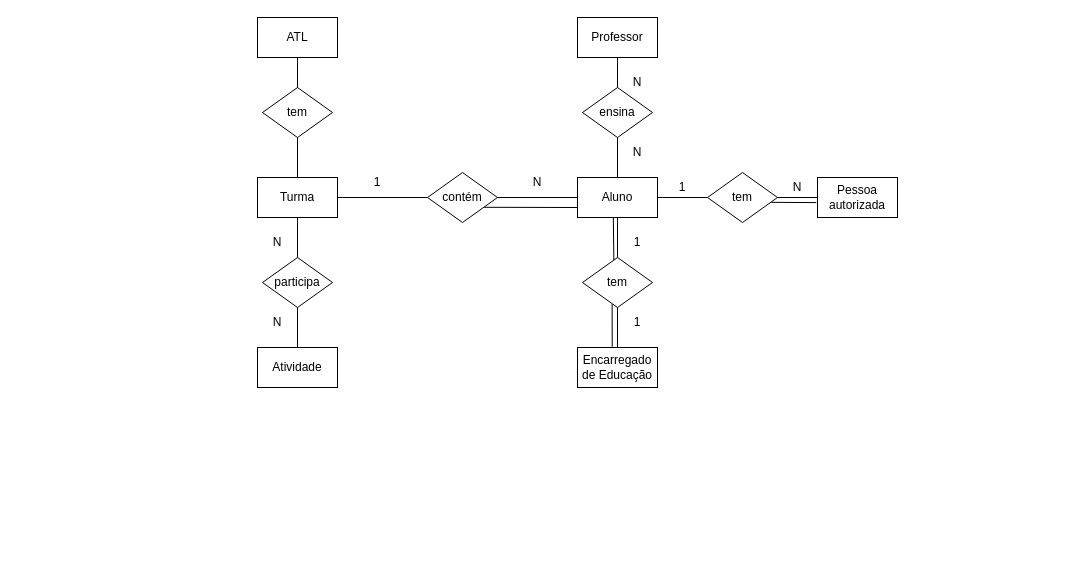
rtavares018/BD keeps this draw.io diagram as DiagramaEx4.drawio. Above is the earlier version. Source tidied: cells renumbered, new cells numbered last; positions are measured from the earlier drawing's top-left corner, leaving out a move shared by most shapes. Both pictures are drawn from the tidied source at 100%, with x=0, y=0 at pixel (247, 17).
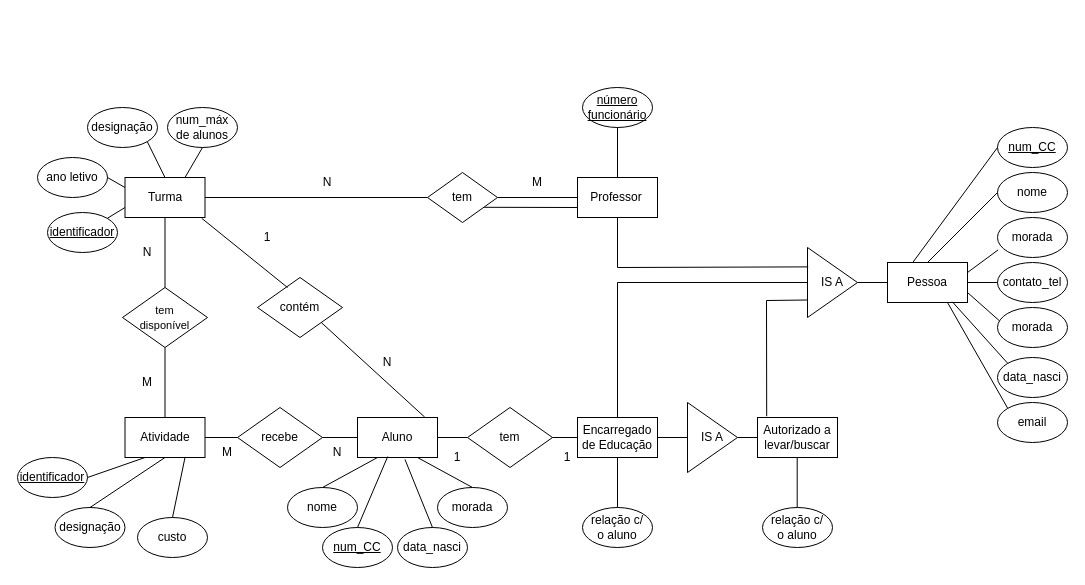
After the change.

What changed in the source:
```diff
@@
-    <mxCell id="2" value="Aluno" style="rounded=0;whiteSpace=wrap;html=1;" parent="1" vertex="1">
+    <mxCell id="2" value="Professor&lt;span style=&quot;white-space: pre;&quot;&gt;&#9;&lt;/span&gt;" style="rounded=0;whiteSpace=wrap;html=1;" parent="1" vertex="1">
       <mxGeometry x="330" y="160" width="80" height="40" as="geometry" />
     </mxCell>
     <mxCell id="3" value="Turma" style="rounded=0;whiteSpace=wrap;html=1;" parent="1" vertex="1">
-      <mxGeometry x="10" y="160" width="80" height="40" as="geometry" />
+      <mxGeometry x="-122.5" y="160" width="80" height="40" as="geometry" />
     </mxCell>
-    <mxCell id="4" value="contém" style="rhombus;whiteSpace=wrap;html=1;" parent="1" vertex="1">
+    <mxCell id="4" value="tem" style="rhombus;whiteSpace=wrap;html=1;" parent="1" vertex="1">
       <mxGeometry x="180" y="155" width="70" height="50" as="geometry" />
     </mxCell>
@@
-    <mxCell id="7" value="1" style="text;html=1;align=center;verticalAlign=middle;whiteSpace=wrap;rounded=0;" parent="1" vertex="1">
-      <mxGeometry x="100" y="150" width="60" height="30" as="geometry" />
+    <mxCell id="7" value="N" style="text;html=1;align=center;verticalAlign=middle;whiteSpace=wrap;rounded=0;" parent="1" vertex="1">
+      <mxGeometry x="50" y="150" width="60" height="30" as="geometry" />
     </mxCell>
-    <mxCell id="8" value="N" style="text;html=1;align=center;verticalAlign=middle;whiteSpace=wrap;rounded=0;" parent="1" vertex="1">
+    <mxCell id="8" value="M" style="text;html=1;align=center;verticalAlign=middle;whiteSpace=wrap;rounded=0;" parent="1" vertex="1">
       <mxGeometry x="260" y="150" width="60" height="30" as="geometry" />
     </mxCell>
@@
     <mxCell id="10" value="Atividade" style="rounded=0;whiteSpace=wrap;html=1;" parent="1" vertex="1">
-      <mxGeometry x="10" y="330" width="80" height="40" as="geometry" />
+      <mxGeometry x="-122.5" y="400" width="80" height="40" as="geometry" />
     </mxCell>
-    <mxCell id="11" value="participa" style="rhombus;whiteSpace=wrap;html=1;" parent="1" vertex="1">
-      <mxGeometry x="15" y="240" width="70" height="50" as="geometry" />
+    <mxCell id="11" value="&lt;font style=&quot;font-size: 11px;&quot;&gt;tem &lt;br&gt;disponível&lt;/font&gt;" style="rhombus;whiteSpace=wrap;html=1;" parent="1" vertex="1">
+      <mxGeometry x="-125" y="270" width="85" height="60" as="geometry" />
     </mxCell>
@@
     <mxCell id="14" value="Encarregado&lt;br&gt;de Educação" style="rounded=0;whiteSpace=wrap;html=1;" parent="1" vertex="1">
-      <mxGeometry x="330" y="330" width="80" height="40" as="geometry" />
+      <mxGeometry x="330" y="400" width="80" height="40" as="geometry" />
     </mxCell>
-    <mxCell id="15" value="Professor" style="rounded=0;whiteSpace=wrap;html=1;" parent="1" vertex="1">
-      <mxGeometry x="330" width="80" height="40" as="geometry" />
-    </mxCell>
-    <mxCell id="16" style="endArrow=none;html=1;rounded=0;entryX=0.5;entryY=1;entryDx=0;entryDy=0;exitX=0.5;exitY=0;exitDx=0;exitDy=0;" parent="1" edge="1" source="17" target="15">
-      <mxGeometry relative="1" as="geometry" />
-    </mxCell>
-    <mxCell id="17" value="ensina" style="rhombus;whiteSpace=wrap;html=1;" parent="1" vertex="1">
-      <mxGeometry x="335" y="70" width="70" height="50" as="geometry" />
-    </mxCell>
-    <mxCell id="18" value="tem" style="rhombus;whiteSpace=wrap;html=1;" parent="1" vertex="1">
-      <mxGeometry x="335" y="240" width="70" height="50" as="geometry" />
-    </mxCell>
-    <mxCell id="19" style="endArrow=none;html=1;rounded=0;entryX=0.5;entryY=1;entryDx=0;entryDy=0;exitX=0.5;exitY=0;exitDx=0;exitDy=0;" parent="1" edge="1" source="2" target="17">
-      <mxGeometry relative="1" as="geometry" />
-    </mxCell>
-    <mxCell id="20" style="endArrow=none;html=1;rounded=0;entryX=0.5;entryY=1;entryDx=0;entryDy=0;exitX=0.5;exitY=0;exitDx=0;exitDy=0;" parent="1" edge="1" source="18" target="2">
-      <mxGeometry relative="1" as="geometry" />
-    </mxCell>
-    <mxCell id="21" style="endArrow=none;html=1;rounded=0;entryX=0.5;entryY=1;entryDx=0;entryDy=0;exitX=0.5;exitY=0;exitDx=0;exitDy=0;" parent="1" edge="1" source="14" target="18">
-      <mxGeometry relative="1" as="geometry" />
-    </mxCell>
-    <mxCell id="22" value="1" style="text;html=1;align=center;verticalAlign=middle;whiteSpace=wrap;rounded=0;" parent="1" vertex="1">
-      <mxGeometry x="360" y="290" width="60" height="30" as="geometry" />
-    </mxCell>
-    <mxCell id="23" value="1" style="text;html=1;align=center;verticalAlign=middle;whiteSpace=wrap;rounded=0;" parent="1" vertex="1">
-      <mxGeometry x="360" y="210" width="60" height="30" as="geometry" />
-    </mxCell>
     <mxCell id="24" value="N" style="text;html=1;align=center;verticalAlign=middle;whiteSpace=wrap;rounded=0;" parent="1" vertex="1">
-      <mxGeometry y="210" width="60" height="30" as="geometry" />
+      <mxGeometry x="-130" y="220" width="60" height="30" as="geometry" />
     </mxCell>
-    <mxCell id="25" value="N" style="text;html=1;align=center;verticalAlign=middle;whiteSpace=wrap;rounded=0;" parent="1" vertex="1">
-      <mxGeometry y="290" width="60" height="30" as="geometry" />
+    <mxCell id="25" value="M" style="text;html=1;align=center;verticalAlign=middle;whiteSpace=wrap;rounded=0;" parent="1" vertex="1">
+      <mxGeometry x="-130" y="350" width="60" height="30" as="geometry" />
     </mxCell>
-    <mxCell id="26" style="endArrow=none;html=1;rounded=0;exitX=0.448;exitY=0.05;exitDx=0;exitDy=0;exitPerimeter=0;entryX=0.448;entryY=1.011;entryDx=0;entryDy=0;entryPerimeter=0;" parent="1" edge="1" source="18" target="2">
-      <mxGeometry relative="1" as="geometry" />
-    </mxCell>
-    <mxCell id="27" style="endArrow=none;html=1;rounded=0;entryX=0.423;entryY=0.931;entryDx=0;entryDy=0;entryPerimeter=0;exitX=0.434;exitY=-0.016;exitDx=0;exitDy=0;exitPerimeter=0;" parent="1" edge="1" source="14" target="18">
-      <mxGeometry relative="1" as="geometry" />
-    </mxCell>
-    <mxCell id="28" value="N" style="text;html=1;align=center;verticalAlign=middle;whiteSpace=wrap;rounded=0;" parent="1" vertex="1">
-      <mxGeometry x="360" y="120" width="60" height="30" as="geometry" />
-    </mxCell>
-    <mxCell id="29" value="Pessoa autorizada" style="rounded=0;whiteSpace=wrap;html=1;" parent="1" vertex="1">
-      <mxGeometry x="570" y="160" width="80" height="40" as="geometry" />
-    </mxCell>
-    <mxCell id="30" value="tem" style="rhombus;whiteSpace=wrap;html=1;" parent="1" vertex="1">
-      <mxGeometry x="460" y="155" width="70" height="50" as="geometry" />
-    </mxCell>
-    <mxCell id="31" style="endArrow=none;html=1;rounded=0;exitX=1;exitY=0.5;exitDx=0;exitDy=0;entryX=0;entryY=0.5;entryDx=0;entryDy=0;" parent="1" edge="1" source="2" target="30">
-      <mxGeometry relative="1" as="geometry" />
-    </mxCell>
-    <mxCell id="32" style="endArrow=none;html=1;rounded=0;entryX=0;entryY=0.5;entryDx=0;entryDy=0;exitX=1;exitY=0.5;exitDx=0;exitDy=0;" parent="1" edge="1" source="30" target="29">
-      <mxGeometry relative="1" as="geometry" />
-    </mxCell>
     <mxCell id="33" value="1" style="text;html=1;align=center;verticalAlign=middle;whiteSpace=wrap;rounded=0;" parent="1" vertex="1">
-      <mxGeometry x="405" y="155" width="60" height="30" as="geometry" />
+      <mxGeometry x="-10" y="205" width="60" height="30" as="geometry" />
     </mxCell>
-    <mxCell id="34" value="N" style="text;html=1;align=center;verticalAlign=middle;whiteSpace=wrap;rounded=0;" parent="1" vertex="1">
-      <mxGeometry x="520" y="155" width="60" height="30" as="geometry" />
-    </mxCell>
-    <mxCell id="35" style="endArrow=none;html=1;rounded=0;entryX=0.813;entryY=1.003;entryDx=0;entryDy=0;entryPerimeter=0;exitX=0.914;exitY=0.597;exitDx=0;exitDy=0;exitPerimeter=0;" parent="1" edge="1" source="30" target="34">
-      <mxGeometry relative="1" as="geometry" />
-    </mxCell>
-    <mxCell id="36" value="ATL" style="rounded=0;whiteSpace=wrap;html=1;" parent="1" vertex="1">
-      <mxGeometry x="10" width="80" height="40" as="geometry" />
-    </mxCell>
-    <mxCell id="37" value="tem" style="rhombus;whiteSpace=wrap;html=1;" parent="1" vertex="1">
-      <mxGeometry x="15" y="70" width="70" height="50" as="geometry" />
-    </mxCell>
-    <mxCell id="38" value="N" style="text;html=1;align=center;verticalAlign=middle;whiteSpace=wrap;rounded=0;" parent="1" vertex="1">
-      <mxGeometry x="360" y="50" width="60" height="30" as="geometry" />
-    </mxCell>
-    <mxCell id="39" style="endArrow=none;html=1;rounded=0;entryX=0.5;entryY=1;entryDx=0;entryDy=0;exitX=0.5;exitY=0;exitDx=0;exitDy=0;" parent="1" edge="1" source="37" target="36">
-      <mxGeometry relative="1" as="geometry" />
-    </mxCell>
-    <mxCell id="40" style="endArrow=none;html=1;rounded=0;exitX=0.5;exitY=1;exitDx=0;exitDy=0;entryX=0.5;entryY=0;entryDx=0;entryDy=0;" parent="1" edge="1" source="37" target="3">
-      <mxGeometry relative="1" as="geometry" />
-    </mxCell>
+    <mxCell id="41" value="Aluno" style="rounded=0;whiteSpace=wrap;html=1;" parent="1" vertex="1">
+      <mxGeometry x="110" y="400" width="80" height="40" as="geometry" />
+    </mxCell>
+    <mxCell id="42" value="recebe" style="rhombus;whiteSpace=wrap;html=1;" parent="1" vertex="1">
+      <mxGeometry x="-10" y="390" width="85" height="60" as="geometry" />
+    </mxCell>
+    <mxCell id="43" style="endArrow=none;html=1;rounded=0;exitX=1;exitY=0.5;exitDx=0;exitDy=0;entryX=0;entryY=0.5;entryDx=0;entryDy=0;" parent="1" edge="1" source="10" target="42">
+      <mxGeometry relative="1" as="geometry" />
+    </mxCell>
+    <mxCell id="44" style="endArrow=none;html=1;rounded=0;exitX=1;exitY=0.5;exitDx=0;exitDy=0;entryX=0;entryY=0.5;entryDx=0;entryDy=0;" parent="1" edge="1" source="42" target="41">
+      <mxGeometry relative="1" as="geometry" />
+    </mxCell>
+    <mxCell id="45" value="contém" style="rhombus;whiteSpace=wrap;html=1;" parent="1" vertex="1">
+      <mxGeometry x="10" y="260" width="85" height="60" as="geometry" />
+    </mxCell>
+    <mxCell id="46" style="endArrow=none;html=1;rounded=0;exitX=0.959;exitY=1.02;exitDx=0;exitDy=0;exitPerimeter=0;" parent="1" edge="1" source="3">
+      <mxGeometry relative="1" as="geometry">
+        <mxPoint x="40" y="270" as="targetPoint" />
+      </mxGeometry>
+    </mxCell>
+    <mxCell id="47" style="endArrow=none;html=1;rounded=0;exitX=1;exitY=1;exitDx=0;exitDy=0;entryX=0.84;entryY=-0.01;entryDx=0;entryDy=0;entryPerimeter=0;" parent="1" edge="1" source="45" target="41">
+      <mxGeometry relative="1" as="geometry" />
+    </mxCell>
+    <mxCell id="48" value="M" style="text;html=1;align=center;verticalAlign=middle;whiteSpace=wrap;rounded=0;" parent="1" vertex="1">
+      <mxGeometry x="-50" y="420" width="60" height="30" as="geometry" />
+    </mxCell>
+    <mxCell id="49" value="N" style="text;html=1;align=center;verticalAlign=middle;whiteSpace=wrap;rounded=0;" parent="1" vertex="1">
+      <mxGeometry x="60" y="420" width="60" height="30" as="geometry" />
+    </mxCell>
+    <mxCell id="50" value="tem" style="rhombus;whiteSpace=wrap;html=1;" parent="1" vertex="1">
+      <mxGeometry x="220" y="390" width="85" height="60" as="geometry" />
+    </mxCell>
+    <mxCell id="51" style="endArrow=none;html=1;rounded=0;exitX=1;exitY=0.5;exitDx=0;exitDy=0;entryX=0;entryY=0.5;entryDx=0;entryDy=0;" parent="1" edge="1" source="41" target="50">
+      <mxGeometry relative="1" as="geometry" />
+    </mxCell>
+    <mxCell id="52" style="endArrow=none;html=1;rounded=0;exitX=1;exitY=0.5;exitDx=0;exitDy=0;entryX=0;entryY=0.5;entryDx=0;entryDy=0;" parent="1" edge="1" source="50" target="14">
+      <mxGeometry relative="1" as="geometry" />
+    </mxCell>
+    <mxCell id="53" value="Autorizado a levar/buscar" style="rounded=0;whiteSpace=wrap;html=1;" parent="1" vertex="1">
+      <mxGeometry x="510" y="400" width="80" height="40" as="geometry" />
+    </mxCell>
+    <mxCell id="54" value="IS A" style="triangle;whiteSpace=wrap;html=1;" parent="1" vertex="1">
+      <mxGeometry x="440" y="385" width="50" height="70" as="geometry" />
+    </mxCell>
+    <mxCell id="55" style="endArrow=none;html=1;rounded=0;exitX=1;exitY=0.5;exitDx=0;exitDy=0;entryX=0;entryY=0.5;entryDx=0;entryDy=0;" parent="1" edge="1" source="14" target="54">
+      <mxGeometry relative="1" as="geometry" />
+    </mxCell>
+    <mxCell id="56" style="endArrow=none;html=1;rounded=0;exitX=1;exitY=0.5;exitDx=0;exitDy=0;entryX=0;entryY=0.5;entryDx=0;entryDy=0;" parent="1" edge="1" source="54" target="53">
+      <mxGeometry relative="1" as="geometry" />
+    </mxCell>
+    <mxCell id="57" value="IS A" style="triangle;whiteSpace=wrap;html=1;" parent="1" vertex="1">
+      <mxGeometry x="560" y="230" width="50" height="70" as="geometry" />
+    </mxCell>
+    <mxCell id="58" value="Pessoa" style="rounded=0;whiteSpace=wrap;html=1;" parent="1" vertex="1">
+      <mxGeometry x="640" y="245" width="80" height="40" as="geometry" />
+    </mxCell>
+    <mxCell id="59" style="endArrow=none;html=1;rounded=0;entryX=0;entryY=0.5;entryDx=0;entryDy=0;exitX=1;exitY=0.5;exitDx=0;exitDy=0;" parent="1" edge="1" source="57" target="58">
+      <mxGeometry relative="1" as="geometry" />
+    </mxCell>
+    <mxCell id="60" style="endArrow=none;html=1;rounded=0;entryX=0.5;entryY=1;entryDx=0;entryDy=0;exitX=0.014;exitY=0.277;exitDx=0;exitDy=0;exitPerimeter=0;" parent="1" edge="1" source="57" target="2">
+      <mxGeometry relative="1" as="geometry">
+        <Array as="points">
+          <mxPoint x="370" y="250" />
+        </Array>
+      </mxGeometry>
+    </mxCell>
+    <mxCell id="61" style="endArrow=none;html=1;rounded=0;exitX=0.5;exitY=0;exitDx=0;exitDy=0;entryX=0;entryY=0.5;entryDx=0;entryDy=0;" parent="1" edge="1" source="14" target="57">
+      <mxGeometry relative="1" as="geometry">
+        <Array as="points">
+          <mxPoint x="370" y="265" />
+        </Array>
+      </mxGeometry>
+    </mxCell>
+    <mxCell id="62" style="endArrow=none;html=1;rounded=0;exitX=0.115;exitY=-0.032;exitDx=0;exitDy=0;exitPerimeter=0;entryX=0;entryY=0.75;entryDx=0;entryDy=0;" parent="1" edge="1" source="53" target="57">
+      <mxGeometry relative="1" as="geometry">
+        <Array as="points">
+          <mxPoint x="519" y="283" />
+        </Array>
+      </mxGeometry>
+    </mxCell>
+    <mxCell id="63" value="1" style="text;html=1;align=center;verticalAlign=middle;whiteSpace=wrap;rounded=0;" parent="1" vertex="1">
+      <mxGeometry x="290" y="425" width="60" height="30" as="geometry" />
+    </mxCell>
+    <mxCell id="64" value="1" style="text;html=1;align=center;verticalAlign=middle;whiteSpace=wrap;rounded=0;" parent="1" vertex="1">
+      <mxGeometry x="180" y="425" width="60" height="30" as="geometry" />
+    </mxCell>
+    <mxCell id="65" value="N" style="text;html=1;align=center;verticalAlign=middle;whiteSpace=wrap;rounded=0;" parent="1" vertex="1">
+      <mxGeometry x="110" y="330" width="60" height="30" as="geometry" />
+    </mxCell>
+    <mxCell id="66" value="&lt;u&gt;num_CC&lt;/u&gt;" style="ellipse;whiteSpace=wrap;html=1;" parent="1" vertex="1">
+      <mxGeometry x="750" y="110" width="70" height="40" as="geometry" />
+    </mxCell>
+    <mxCell id="67" value="nome" style="ellipse;whiteSpace=wrap;html=1;" parent="1" vertex="1">
+      <mxGeometry x="750" y="155" width="70" height="40" as="geometry" />
+    </mxCell>
+    <mxCell id="68" value="morada" style="ellipse;whiteSpace=wrap;html=1;" parent="1" vertex="1">
+      <mxGeometry x="750" y="200" width="70" height="40" as="geometry" />
+    </mxCell>
+    <mxCell id="69" value="contato_tel" style="ellipse;whiteSpace=wrap;html=1;" parent="1" vertex="1">
+      <mxGeometry x="750" y="245" width="70" height="40" as="geometry" />
+    </mxCell>
+    <mxCell id="70" value="data_nasci" style="ellipse;whiteSpace=wrap;html=1;" parent="1" vertex="1">
+      <mxGeometry x="750" y="340" width="70" height="40" as="geometry" />
+    </mxCell>
+    <mxCell id="71" value="morada" style="ellipse;whiteSpace=wrap;html=1;" parent="1" vertex="1">
+      <mxGeometry x="750" y="290" width="70" height="40" as="geometry" />
+    </mxCell>
+    <mxCell id="72" value="email" style="ellipse;whiteSpace=wrap;html=1;" parent="1" vertex="1">
+      <mxGeometry x="750" y="385" width="70" height="40" as="geometry" />
+    </mxCell>
+    <mxCell id="73" style="endArrow=none;html=1;rounded=0;entryX=0;entryY=0.5;entryDx=0;entryDy=0;exitX=0.314;exitY=0.004;exitDx=0;exitDy=0;exitPerimeter=0;" parent="1" edge="1" source="58" target="66">
+      <mxGeometry relative="1" as="geometry" />
+    </mxCell>
+    <mxCell id="74" style="endArrow=none;html=1;rounded=0;entryX=0;entryY=0.5;entryDx=0;entryDy=0;exitX=0.5;exitY=0;exitDx=0;exitDy=0;" parent="1" edge="1" source="58" target="67">
+      <mxGeometry relative="1" as="geometry" />
+    </mxCell>
+    <mxCell id="75" style="endArrow=none;html=1;rounded=0;entryX=0.008;entryY=0.811;entryDx=0;entryDy=0;exitX=1;exitY=0.25;exitDx=0;exitDy=0;entryPerimeter=0;" parent="1" edge="1" source="58" target="68">
+      <mxGeometry relative="1" as="geometry" />
+    </mxCell>
+    <mxCell id="76" style="endArrow=none;html=1;rounded=0;entryX=0;entryY=0.5;entryDx=0;entryDy=0;exitX=1;exitY=0.5;exitDx=0;exitDy=0;" parent="1" edge="1" source="58" target="69">
+      <mxGeometry relative="1" as="geometry" />
+    </mxCell>
+    <mxCell id="77" style="endArrow=none;html=1;rounded=0;entryX=0.026;entryY=0.33;entryDx=0;entryDy=0;exitX=1;exitY=0.75;exitDx=0;exitDy=0;entryPerimeter=0;" parent="1" edge="1" source="58" target="71">
+      <mxGeometry relative="1" as="geometry" />
+    </mxCell>
+    <mxCell id="78" style="endArrow=none;html=1;rounded=0;entryX=0;entryY=0;entryDx=0;entryDy=0;exitX=0.81;exitY=0.982;exitDx=0;exitDy=0;exitPerimeter=0;" parent="1" edge="1" source="58" target="70">
+      <mxGeometry relative="1" as="geometry" />
+    </mxCell>
+    <mxCell id="79" style="endArrow=none;html=1;rounded=0;exitX=0.75;exitY=1;exitDx=0;exitDy=0;entryX=0;entryY=0;entryDx=0;entryDy=0;" parent="1" edge="1" source="58" target="72">
+      <mxGeometry relative="1" as="geometry" />
+    </mxCell>
+    <mxCell id="80" value="&lt;u&gt;número funcionário&lt;/u&gt;" style="ellipse;whiteSpace=wrap;html=1;" parent="1" vertex="1">
+      <mxGeometry x="335" y="70" width="70" height="40" as="geometry" />
+    </mxCell>
+    <mxCell id="81" style="endArrow=none;html=1;rounded=0;entryX=0.5;entryY=1;entryDx=0;entryDy=0;exitX=0.5;exitY=0;exitDx=0;exitDy=0;" parent="1" edge="1" source="2" target="80">
+      <mxGeometry relative="1" as="geometry" />
+    </mxCell>
+    <mxCell id="82" value="relação c/ &lt;br&gt;o aluno" style="ellipse;whiteSpace=wrap;html=1;" parent="1" vertex="1">
+      <mxGeometry x="335" y="490" width="70" height="40" as="geometry" />
+    </mxCell>
+    <mxCell id="83" value="relação c/ &lt;br&gt;o aluno" style="ellipse;whiteSpace=wrap;html=1;" parent="1" vertex="1">
+      <mxGeometry x="515" y="490" width="70" height="40" as="geometry" />
+    </mxCell>
+    <mxCell id="84" style="endArrow=none;html=1;rounded=0;entryX=0.5;entryY=1;entryDx=0;entryDy=0;" parent="1" edge="1" source="82" target="14">
+      <mxGeometry relative="1" as="geometry" />
+    </mxCell>
+    <mxCell id="85" style="endArrow=none;html=1;rounded=0;entryX=0.5;entryY=1;entryDx=0;entryDy=0;" parent="1" edge="1">
+      <mxGeometry relative="1" as="geometry">
+        <mxPoint x="549.7" y="490" as="sourcePoint" />
+        <mxPoint x="549.7" y="440" as="targetPoint" />
+      </mxGeometry>
+    </mxCell>
+    <mxCell id="86" value="nome" style="ellipse;whiteSpace=wrap;html=1;" parent="1" vertex="1">
+      <mxGeometry x="40" y="470" width="70" height="40" as="geometry" />
+    </mxCell>
+    <mxCell id="87" value="&lt;u&gt;num_CC&lt;/u&gt;" style="ellipse;whiteSpace=wrap;html=1;" parent="1" vertex="1">
+      <mxGeometry x="75" y="510" width="70" height="40" as="geometry" />
+    </mxCell>
+    <mxCell id="88" value="data_nasci" style="ellipse;whiteSpace=wrap;html=1;" parent="1" vertex="1">
+      <mxGeometry x="150" y="510" width="70" height="40" as="geometry" />
+    </mxCell>
+    <mxCell id="89" value="morada" style="ellipse;whiteSpace=wrap;html=1;" parent="1" vertex="1">
+      <mxGeometry x="190" y="470" width="70" height="40" as="geometry" />
+    </mxCell>
+    <mxCell id="90" style="endArrow=none;html=1;rounded=0;entryX=0.25;entryY=1;entryDx=0;entryDy=0;exitX=0.5;exitY=0;exitDx=0;exitDy=0;" parent="1" edge="1" source="86" target="41">
+      <mxGeometry relative="1" as="geometry" />
+    </mxCell>
+    <mxCell id="91" style="endArrow=none;html=1;rounded=0;exitX=0.5;exitY=0;exitDx=0;exitDy=0;entryX=0.377;entryY=0.978;entryDx=0;entryDy=0;entryPerimeter=0;" parent="1" edge="1" source="87" target="41">
+      <mxGeometry relative="1" as="geometry" />
+    </mxCell>
+    <mxCell id="92" style="endArrow=none;html=1;rounded=0;exitX=0.5;exitY=0;exitDx=0;exitDy=0;entryX=0.593;entryY=1.047;entryDx=0;entryDy=0;entryPerimeter=0;" parent="1" edge="1" source="88" target="41">
+      <mxGeometry relative="1" as="geometry" />
+    </mxCell>
+    <mxCell id="93" style="endArrow=none;html=1;rounded=0;exitX=0.5;exitY=0;exitDx=0;exitDy=0;entryX=0.75;entryY=1;entryDx=0;entryDy=0;" parent="1" edge="1" source="89" target="41">
+      <mxGeometry relative="1" as="geometry" />
+    </mxCell>
+    <mxCell id="94" value="designação" style="ellipse;whiteSpace=wrap;html=1;" parent="1" vertex="1">
+      <mxGeometry x="-192.5" y="490" width="70" height="40" as="geometry" />
+    </mxCell>
+    <mxCell id="95" value="&lt;u&gt;identificador&lt;/u&gt;" style="ellipse;whiteSpace=wrap;html=1;" parent="1" vertex="1">
+      <mxGeometry x="-230" y="440" width="70" height="40" as="geometry" />
+    </mxCell>
+    <mxCell id="96" value="custo" style="ellipse;whiteSpace=wrap;html=1;" parent="1" vertex="1">
+      <mxGeometry x="-110" y="500" width="70" height="40" as="geometry" />
+    </mxCell>
+    <mxCell id="97" style="endArrow=none;html=1;rounded=0;entryX=0.25;entryY=1;entryDx=0;entryDy=0;exitX=1;exitY=0.5;exitDx=0;exitDy=0;" parent="1" edge="1" source="95" target="10">
+      <mxGeometry relative="1" as="geometry" />
+    </mxCell>
+    <mxCell id="98" style="endArrow=none;html=1;rounded=0;entryX=0.5;entryY=1;entryDx=0;entryDy=0;exitX=0.5;exitY=0;exitDx=0;exitDy=0;" parent="1" edge="1" source="94" target="10">
+      <mxGeometry relative="1" as="geometry" />
+    </mxCell>
+    <mxCell id="99" style="endArrow=none;html=1;rounded=0;entryX=0.75;entryY=1;entryDx=0;entryDy=0;exitX=0.5;exitY=0;exitDx=0;exitDy=0;" parent="1" edge="1" source="96" target="10">
+      <mxGeometry relative="1" as="geometry" />
+    </mxCell>
+    <mxCell id="100" value="&lt;u&gt;identificador&lt;/u&gt;" style="ellipse;whiteSpace=wrap;html=1;" parent="1" vertex="1">
+      <mxGeometry x="-200" y="195" width="70" height="40" as="geometry" />
+    </mxCell>
+    <mxCell id="101" value="ano letivo" style="ellipse;whiteSpace=wrap;html=1;" parent="1" vertex="1">
+      <mxGeometry x="-210" y="140" width="70" height="40" as="geometry" />
+    </mxCell>
+    <mxCell id="102" value="designação" style="ellipse;whiteSpace=wrap;html=1;" parent="1" vertex="1">
+      <mxGeometry x="-160" y="90" width="70" height="40" as="geometry" />
+    </mxCell>
+    <mxCell id="103" value="num_máx de alunos" style="ellipse;whiteSpace=wrap;html=1;" parent="1" vertex="1">
+      <mxGeometry x="-80" y="90" width="70" height="40" as="geometry" />
+    </mxCell>
+    <mxCell id="104" style="endArrow=none;html=1;rounded=0;entryX=0.5;entryY=1;entryDx=0;entryDy=0;exitX=0.75;exitY=0;exitDx=0;exitDy=0;" parent="1" edge="1" source="3" target="103">
+      <mxGeometry relative="1" as="geometry" />
+    </mxCell>
+    <mxCell id="105" style="endArrow=none;html=1;rounded=0;entryX=1;entryY=1;entryDx=0;entryDy=0;exitX=0.5;exitY=0;exitDx=0;exitDy=0;" parent="1" edge="1" source="3" target="102">
+      <mxGeometry relative="1" as="geometry" />
+    </mxCell>
+    <mxCell id="106" style="endArrow=none;html=1;rounded=0;entryX=1;entryY=0.5;entryDx=0;entryDy=0;exitX=0;exitY=0.25;exitDx=0;exitDy=0;" parent="1" edge="1" source="3" target="101">
+      <mxGeometry relative="1" as="geometry" />
+    </mxCell>
+    <mxCell id="107" style="endArrow=none;html=1;rounded=0;entryX=1;entryY=0;entryDx=0;entryDy=0;exitX=0;exitY=0.75;exitDx=0;exitDy=0;" parent="1" edge="1" source="3" target="100">
+      <mxGeometry relative="1" as="geometry" />
+    </mxCell>
```
